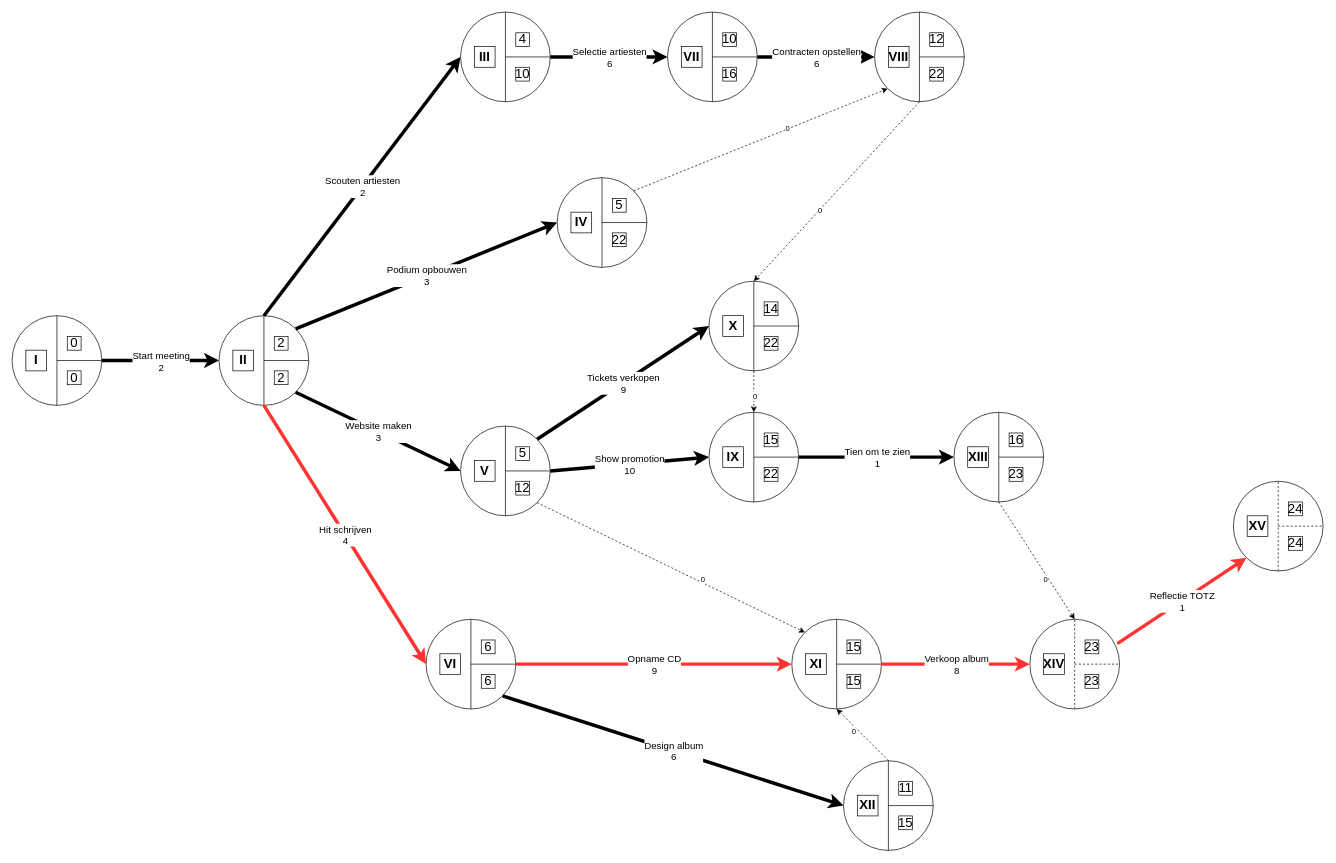
Before: PERT - 2TIW - 9.drawio in MagomedAbubakarovPXL/Project-management---PE, a draw.io diagram. Source tidied: cells renumbered, new cells numbered last; positions are measured from the earlier drawing's top-left corner, leaving out a move shared by most shapes. Both pictures are drawn from the tidied source at 69%, with x=0, y=0 at pixel (12, 12).
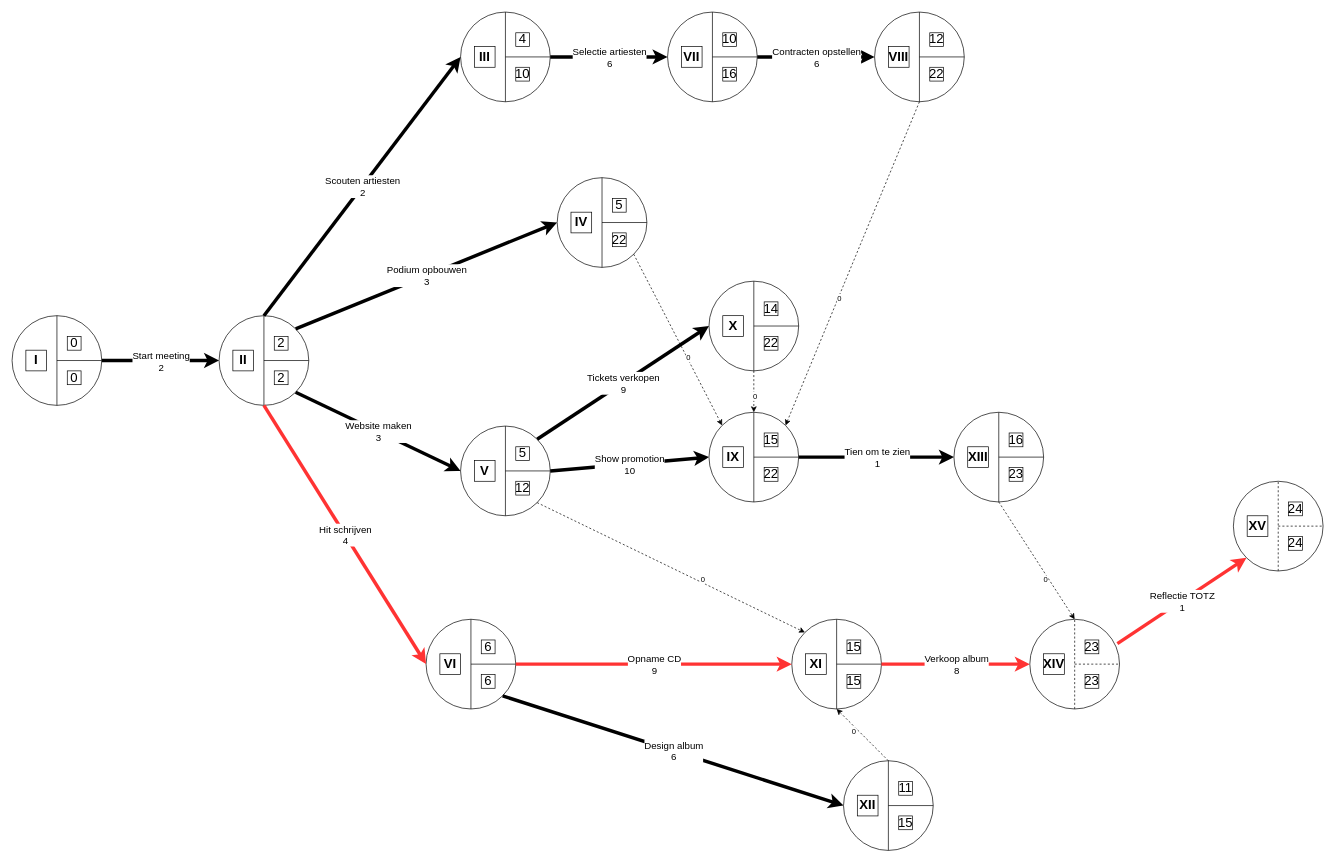
The same page after the edit.

Unchanged cells that the change refers to:
```xml
<mxCell id="22" style="ellipse;whiteSpace=wrap;html=1;align=center;horizontal=1;" parent="1" vertex="1">
  <mxGeometry x="790" y="240" width="130" height="130" as="geometry" />
</mxCell>
<mxCell id="56" style="ellipse;whiteSpace=wrap;html=1;align=center;horizontal=1;" parent="1" vertex="1">
  <mxGeometry x="1250" width="130" height="130" as="geometry" />
</mxCell>
<mxCell id="64" style="ellipse;whiteSpace=wrap;html=1;align=center;horizontal=1;" parent="1" vertex="1">
  <mxGeometry x="1010" y="580" width="130" height="130" as="geometry" />
</mxCell>
<mxCell id="72" style="ellipse;whiteSpace=wrap;html=1;align=center;horizontal=1;" parent="1" vertex="1">
  <mxGeometry x="1010" y="390" width="130" height="130" as="geometry" />
</mxCell>
```

What changed in the source:
```diff
@@
-    <mxCell id="112" style="endArrow=classic;html=1;rounded=0;dashed=1;exitX=1;exitY=0;exitDx=0;exitDy=0;entryX=0;entryY=1;entryDx=0;entryDy=0;" parent="1" edge="1" source="22" target="56">
+    <mxCell id="112" style="endArrow=classic;html=1;rounded=0;dashed=1;exitX=1;exitY=1;exitDx=0;exitDy=0;entryX=0;entryY=0;entryDx=0;entryDy=0;" parent="1" edge="1" source="22" target="64">
       <mxGeometry relative="1" as="geometry" />
     </mxCell>
@@
-    <mxCell id="114" style="endArrow=classic;html=1;rounded=0;dashed=1;exitX=0.5;exitY=1;exitDx=0;exitDy=0;entryX=0.5;entryY=0;entryDx=0;entryDy=0;" parent="1" edge="1" source="56" target="72">
+    <mxCell id="114" style="endArrow=classic;html=1;rounded=0;dashed=1;exitX=0.5;exitY=1;exitDx=0;exitDy=0;entryX=1;entryY=0;entryDx=0;entryDy=0;" parent="1" edge="1" source="56" target="64">
       <mxGeometry relative="1" as="geometry" />
     </mxCell>
```
